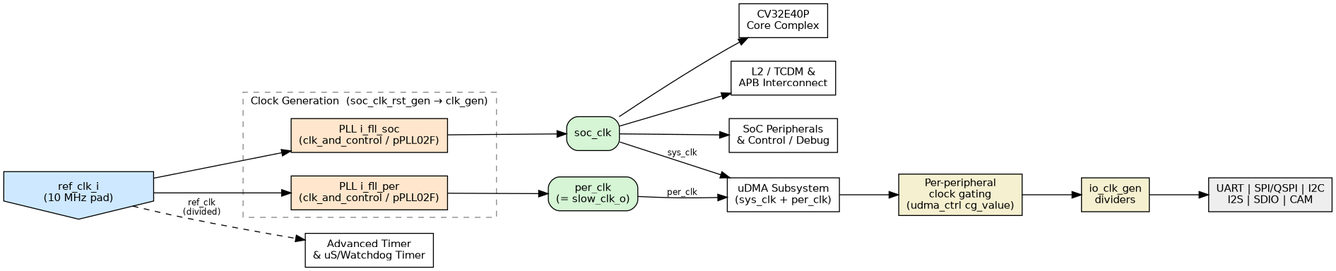
The Graphviz diagram docs/images/clock_tree.png in openhwgroup/core-v-mcu, before a commit. Its source is kept beside it as docs/images/clock_tree.dot. The source it was exported from:
```dot

digraph clock_tree {
    rankdir=LR;
    nodesep=0.35;
    ranksep=0.85;
    fontname="Helvetica";
    node  [fontname="Helvetica", fontsize=11];
    edge  [fontname="Helvetica", fontsize=9];

    ref [label="ref_clk_i\n(10 MHz pad)", shape=invhouse, style=filled,
         fillcolor="#cde8ff"];

    subgraph cluster_clkgen {
        label="Clock Generation  (soc_clk_rst_gen → clk_gen)";
        style=dashed; color="#888888"; fontsize=11;

        pll_soc [label="PLL i_fll_soc\n(clk_and_control / pPLL02F)",
                 shape=box, style=filled, fillcolor="#ffe6cc"];
        pll_per [label="PLL i_fll_per\n(clk_and_control / pPLL02F)",
                 shape=box, style=filled, fillcolor="#ffe6cc"];
    }

    soc_clk  [label="soc_clk",  shape=box, style="filled,rounded",
              fillcolor="#d5f5d5"];
    per_clk  [label="per_clk\n(= slow_clk_o)", shape=box,
              style="filled,rounded", fillcolor="#d5f5d5"];

    core   [label="CV32E40P\nCore Complex", shape=box];
    interc [label="L2 / TCDM &\nAPB Interconnect", shape=box];
    socper [label="SoC Peripherals\n& Control / Debug", shape=box];
    udma   [label="uDMA Subsystem\n(sys_clk + per_clk)", shape=box];

    gate [label="Per-peripheral\nclock gating\n(udma_ctrl cg_value)",
          shape=box, style=filled, fillcolor="#f5f0d0"];
    div  [label="io_clk_gen\ndividers", shape=box, style=filled,
          fillcolor="#f5f0d0"];
    leaves [label="UART | SPI/QSPI | I2C\nI2S | SDIO | CAM",
            shape=box, style="filled", fillcolor="#eeeeee"];

    timers [label="Advanced Timer\n& uS/Watchdog Timer", shape=box];

    ref -> pll_soc;
    ref -> pll_per;
    ref -> timers [label="ref_clk\n(divided)", style=dashed];

    pll_soc -> soc_clk;
    pll_per -> per_clk;

    soc_clk -> core;
    soc_clk -> interc;
    soc_clk -> socper;
    soc_clk -> udma  [label="sys_clk"];

    per_clk -> udma  [label="per_clk"];
    udma -> gate -> div -> leaves;
}
```
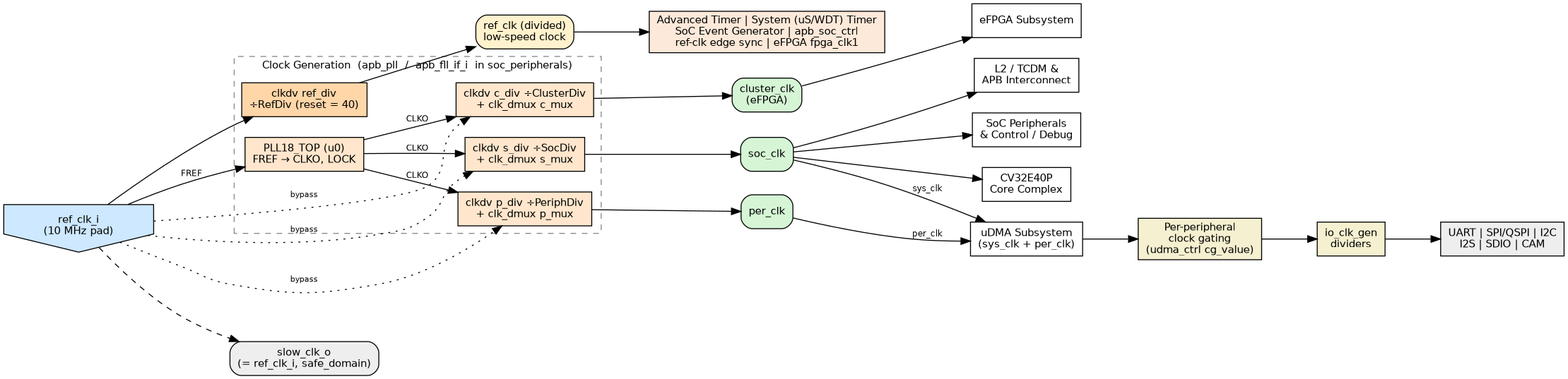
After the change.

Commit message:
Second version of clocking_architecture

The edit, as a diff of the source:
```diff
@@ -1,8 +1,8 @@
 
 digraph clock_tree {
     rankdir=LR;
-    nodesep=0.35;
-    ranksep=0.85;
+    nodesep=0.30;
+    ranksep=0.80;
     fontname="Helvetica";
     node  [fontname="Helvetica", fontsize=11];
     edge  [fontname="Helvetica", fontsize=9];
@@ -11,19 +11,31 @@
          fillcolor="#cde8ff"];
 
     subgraph cluster_clkgen {
-        label="Clock Generation  (soc_clk_rst_gen → clk_gen)";
+        label="Clock Generation  (apb_pll  /  apb_fll_if_i  in soc_peripherals)";
         style=dashed; color="#888888"; fontsize=11;
 
-        pll_soc [label="PLL i_fll_soc\n(clk_and_control / pPLL02F)",
-                 shape=box, style=filled, fillcolor="#ffe6cc"];
-        pll_per [label="PLL i_fll_per\n(clk_and_control / pPLL02F)",
-                 shape=box, style=filled, fillcolor="#ffe6cc"];
+        pll  [label="PLL18_TOP (u0)\nFREF → CLKO, LOCK", shape=box,
+              style=filled, fillcolor="#ffe6cc"];
+        sdiv [label="clkdv s_div ÷SocDiv\n+ clk_dmux s_mux", shape=box,
+              style=filled, fillcolor="#ffe6cc"];
+        pdiv [label="clkdv p_div ÷PeriphDiv\n+ clk_dmux p_mux", shape=box,
+              style=filled, fillcolor="#ffe6cc"];
+        cdiv [label="clkdv c_div ÷ClusterDiv\n+ clk_dmux c_mux", shape=box,
+              style=filled, fillcolor="#ffe6cc"];
+        rdiv [label="clkdv ref_div\n÷RefDiv (reset = 40)", shape=box,
+              style=filled, fillcolor="#ffd6a8"];
     }
 
     soc_clk  [label="soc_clk",  shape=box, style="filled,rounded",
               fillcolor="#d5f5d5"];
-    per_clk  [label="per_clk\n(= slow_clk_o)", shape=box,
-              style="filled,rounded", fillcolor="#d5f5d5"];
+    per_clk  [label="per_clk",  shape=box, style="filled,rounded",
+              fillcolor="#d5f5d5"];
+    clu_clk  [label="cluster_clk\n(eFPGA)", shape=box, style="filled,rounded",
+              fillcolor="#d5f5d5"];
+    ref_div_clk [label="ref_clk (divided)\nlow-speed clock",
+              shape=box, style="filled,rounded", fillcolor="#fff2cc"];
+    slow [label="slow_clk_o\n(= ref_clk_i, safe_domain)", shape=box,
+          style="filled,rounded", fillcolor="#eeeeee"];
 
     core   [label="CV32E40P\nCore Complex", shape=box];
     interc [label="L2 / TCDM &\nAPB Interconnect", shape=box];
@@ -37,20 +49,37 @@
     leaves [label="UART | SPI/QSPI | I2C\nI2S | SDIO | CAM",
             shape=box, style="filled", fillcolor="#eeeeee"];
 
-    timers [label="Advanced Timer\n& uS/Watchdog Timer", shape=box];
+    efpga [label="eFPGA Subsystem", shape=box];
 
-    ref -> pll_soc;
-    ref -> pll_per;
-    ref -> timers [label="ref_clk\n(divided)", style=dashed];
+    lowspeed [label="Advanced Timer | System (uS/WDT) Timer\n"
+                   + "SoC Event Generator | apb_soc_ctrl\n"
+                   + "ref-clk edge sync | eFPGA fpga_clk1",
+              shape=box, style=filled, fillcolor="#fde9d9"];
 
-    pll_soc -> soc_clk;
-    pll_per -> per_clk;
+    ref -> pll  [label="FREF"];
+    ref -> rdiv;
+    ref -> sdiv [label="bypass", style=dotted, fontsize=8];
+    ref -> pdiv [label="bypass", style=dotted, fontsize=8];
+    ref -> cdiv [label="bypass", style=dotted, fontsize=8];
+    ref -> slow [style=dashed];
+
+    pll -> sdiv [label="CLKO"];
+    pll -> pdiv [label="CLKO"];
+    pll -> cdiv [label="CLKO"];
+
+    sdiv -> soc_clk;
+    pdiv -> per_clk;
+    cdiv -> clu_clk;
+    rdiv -> ref_div_clk;
 
     soc_clk -> core;
     soc_clk -> interc;
     soc_clk -> socper;
-    soc_clk -> udma  [label="sys_clk"];
+    soc_clk -> udma [label="sys_clk"];
 
-    per_clk -> udma  [label="per_clk"];
+    per_clk -> udma [label="per_clk"];
     udma -> gate -> div -> leaves;
+
+    clu_clk -> efpga;
+    ref_div_clk -> lowspeed;
 }
```
